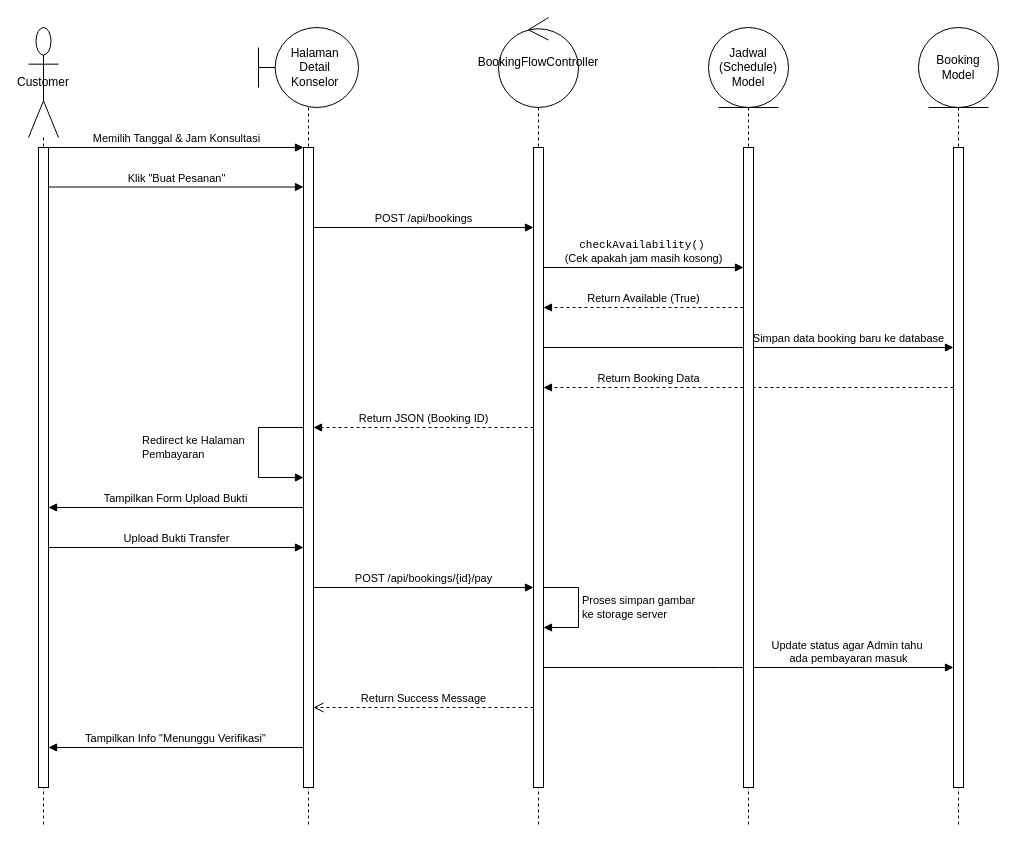
UlulAzmiALatala/moodly-app keeps this draw.io diagram as Melakukan Booking Konsultasi.drawio. Above is the earlier version. Source tidied: cells renumbered, new cells numbered last; positions are measured from the earlier drawing's top-left corner, leaving out a move shared by most shapes. Both pictures are drawn from the tidied source at 100%, with x=0, y=0 at pixel (28, 17).
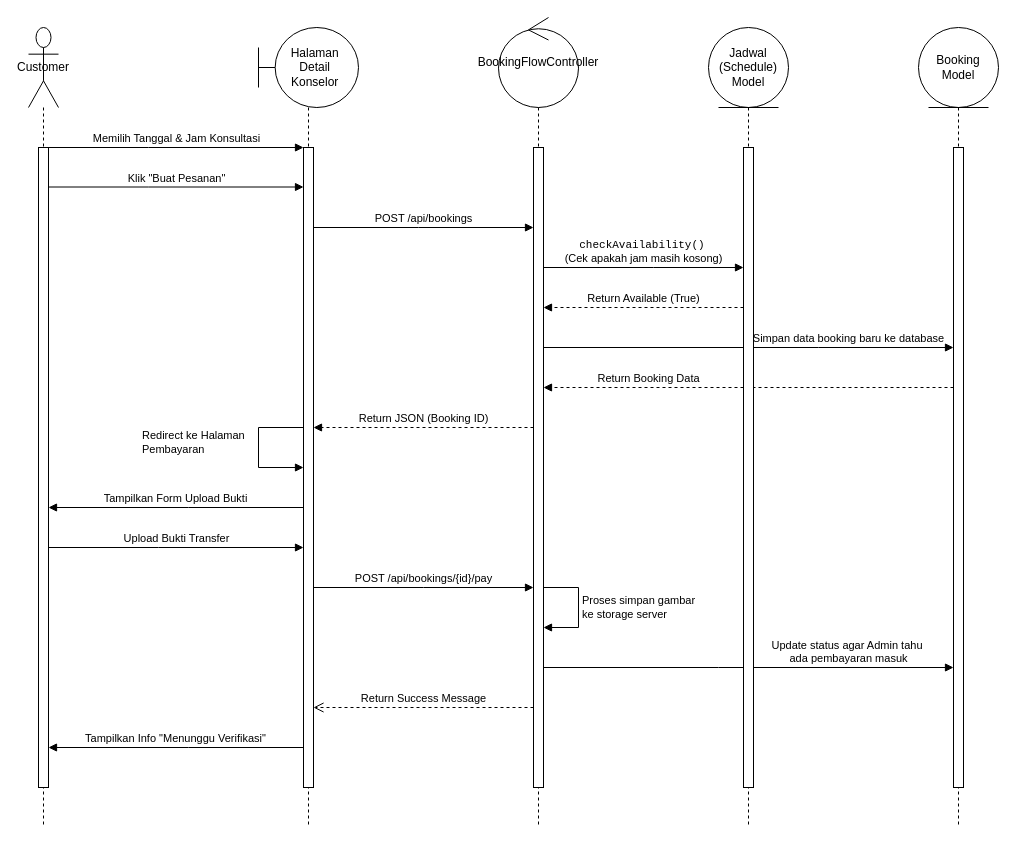
Above is the later version.

The change refers to these unchanged cells:
```xml
<mxCell id="9" value="&lt;br&gt;&amp;nbsp; &amp;nbsp; &amp;nbsp;Halaman&amp;nbsp;&lt;div&gt;&amp;nbsp; &amp;nbsp; &amp;nbsp;Detail&amp;nbsp;&lt;/div&gt;&lt;div&gt;&amp;nbsp; &amp;nbsp; Konselor&lt;br&gt;&lt;br&gt;&lt;/div&gt;" style="shape=umlLifeline;perimeter=lifelinePerimeter;whiteSpace=wrap;html=1;newEdgeStyle={&quot;curved&quot;:0,&quot;rounded&quot;:0};participant=umlBoundary;size=80;" parent="1" vertex="1">
  <mxGeometry x="230" y="10" width="100" height="800" as="geometry" />
</mxCell>
<mxCell id="10" style="html=1;points=[];perimeter=orthogonalPerimeter;outlineConnect=0;targetShapes=umlLifeline;portConstraint=eastwest;newEdgeStyle={&quot;edgeStyle&quot;:&quot;elbowEdgeStyle&quot;,&quot;elbow&quot;:&quot;vertical&quot;,&quot;curved&quot;:0,&quot;rounded&quot;:0};" parent="9" vertex="1">
  <mxGeometry x="45" y="120" width="10" height="640" as="geometry" />
</mxCell>
```

What changed in the source:
```diff
@@
-    <mxCell id="7" value="Customer" style="shape=umlLifeline;perimeter=lifelinePerimeter;whiteSpace=wrap;html=1;newEdgeStyle={&quot;curved&quot;:0,&quot;rounded&quot;:0};participant=umlActor;size=110;" parent="1" vertex="1">
+    <mxCell id="7" value="Customer" style="shape=umlLifeline;perimeter=lifelinePerimeter;whiteSpace=wrap;html=1;newEdgeStyle={&quot;curved&quot;:0,&quot;rounded&quot;:0};participant=umlActor;size=80;" parent="1" vertex="1">
       <mxGeometry y="10" width="30" height="800" as="geometry" />
     </mxCell>
@@
     <mxCell id="11" value="Redirect ke Halaman&amp;nbsp;&lt;div&gt;Pembayaran&lt;/div&gt;" style="html=1;align=left;spacingLeft=2;endArrow=block;rounded=0;edgeStyle=orthogonalEdgeStyle;curved=0;rounded=0;" parent="9" edge="1" source="10" target="10">
       <mxGeometry x="-0.07" y="-120" relative="1" as="geometry">
         <Array as="points">
           <mxPoint y="400" />
-          <mxPoint y="450" />
+          <mxPoint y="440" />
         </Array>
       </mxGeometry>
     </mxCell>
```
